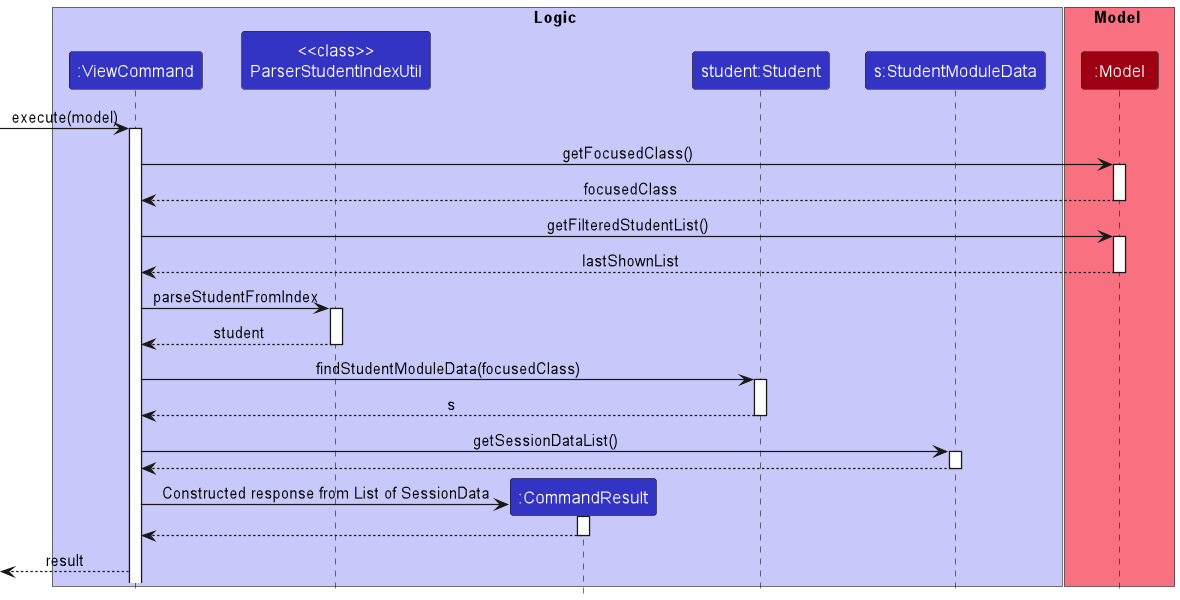
This is docs/images/ViewCommandSequenceDiagram.png from nus-cs2103-AY2223S1/tp, a PlantUML export, as it was before one commit.
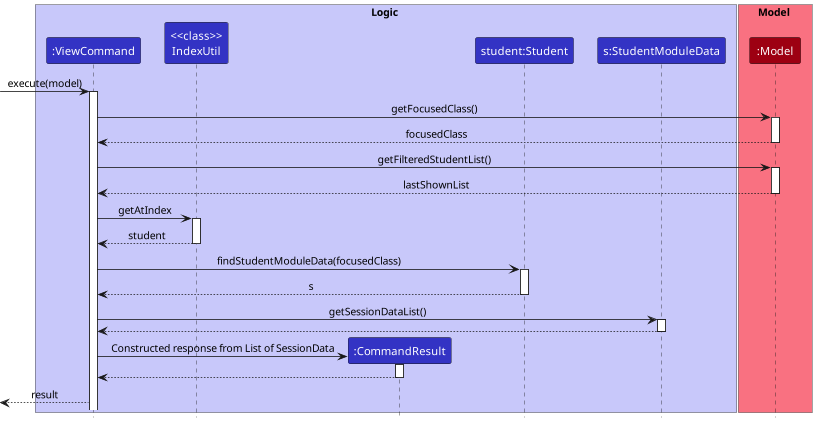
After the commit.

Change to the diagram source:
```diff
@@ -3,7 +3,7 @@
 
 box Logic LOGIC_COLOR_T1
 participant ":ViewCommand" as ViewCommand LOGIC_COLOR
-participant "<<class>>\nParserStudentIndexUtil" as Util LOGIC_COLOR
+participant "<<class>>\nIndexUtil" as Util LOGIC_COLOR
 participant ":CommandResult" as CommandResult LOGIC_COLOR
 participant "student:Student" as Student LOGIC_COLOR
 participant "s:StudentModuleData" as SMD LOGIC_COLOR
@@ -26,7 +26,7 @@
 Model --> ViewCommand: lastShownList
 deactivate Model
 
-ViewCommand -> Util: parseStudentFromIndex
+ViewCommand -> Util: getAtIndex
 activate Util
 Util --> ViewCommand: student
 deactivate Util
```
